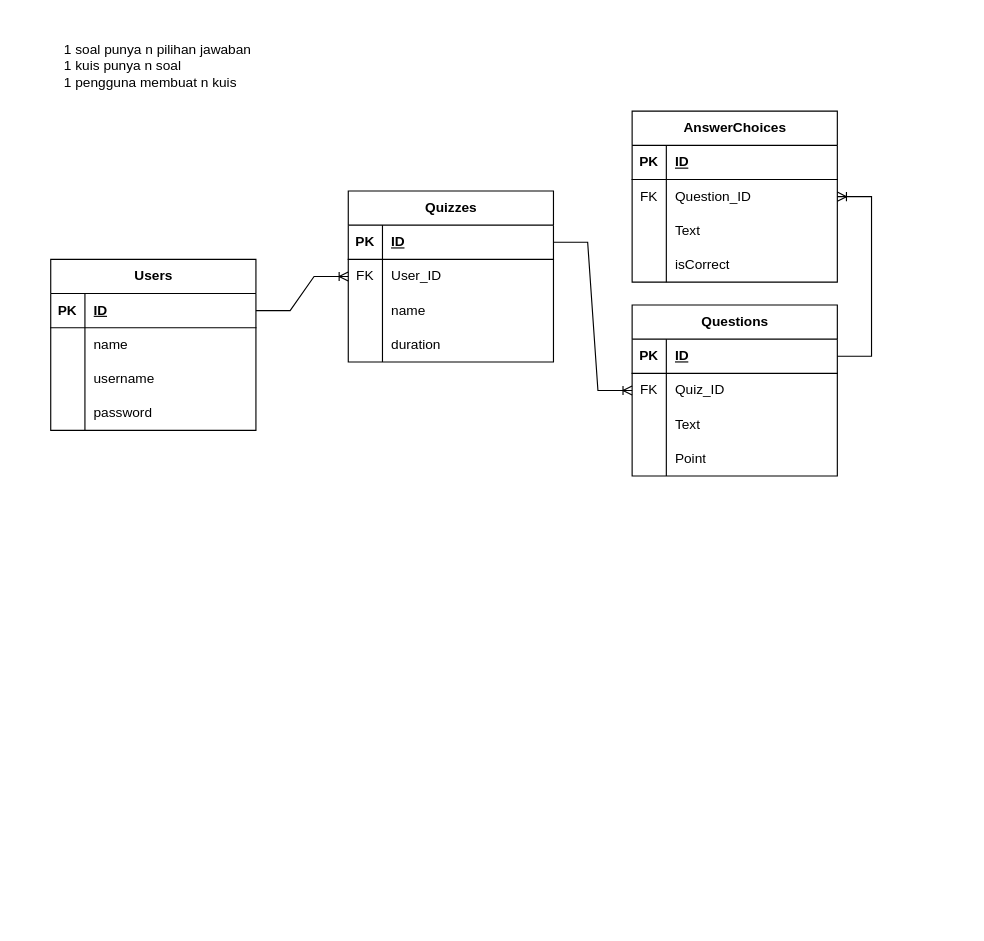
Yuquiz/Yuquiz-BE keeps this draw.io diagram as misc/quizSchema.drawio. Above is the earlier version. Source tidied: cells renumbered, new cells numbered last; positions are measured from the earlier drawing's top-left corner, leaving out a move shared by most shapes. Both pictures are drawn from the tidied source at 114%, with x=0, y=0 at pixel (50, 31).
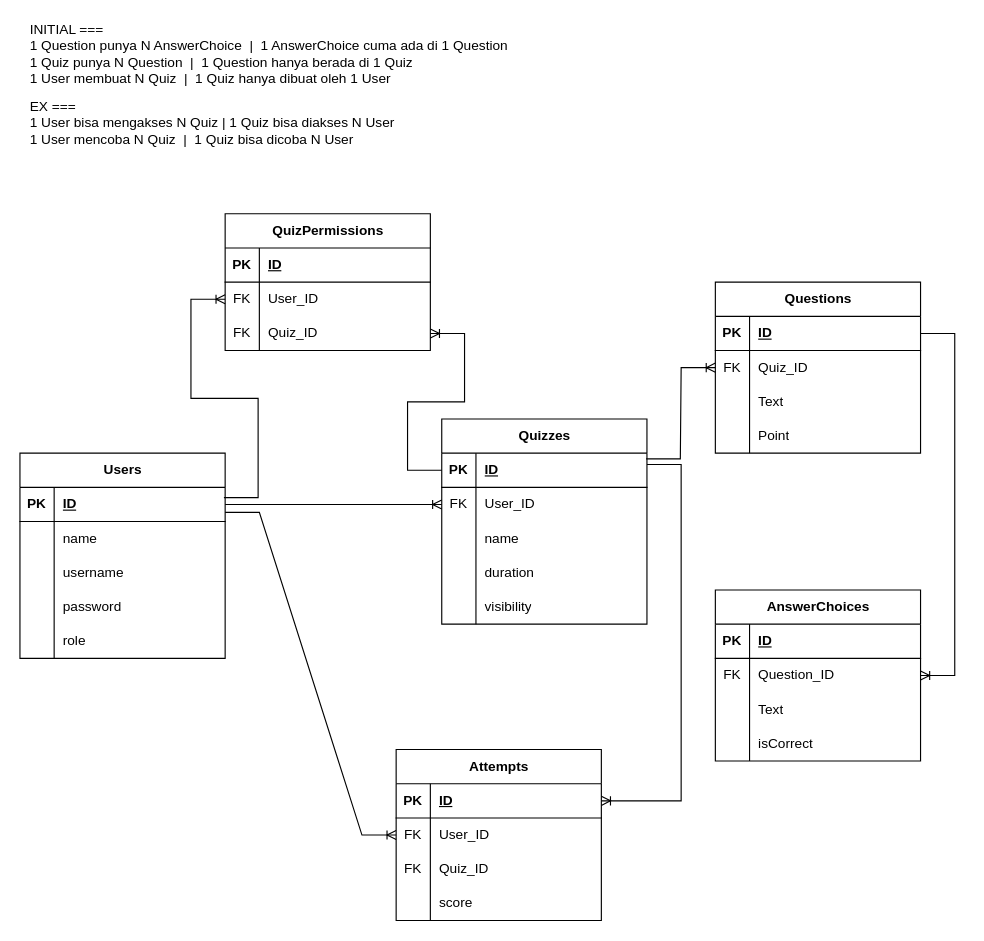
Above is the later version.

The change refers to these unchanged cells:
```xml
<mxCell id="3" style="shape=tableRow;horizontal=0;startSize=0;swimlaneHead=0;swimlaneBody=0;fillColor=none;points=[[0,0.5],[1,0.5]];portConstraint=eastwest;top=0;left=0;right=0;bottom=1;" parent="2" vertex="1">
  <mxGeometry y="30" width="180" height="30" as="geometry" />
</mxCell>
<mxCell id="6" style="shape=tableRow;horizontal=0;startSize=0;swimlaneHead=0;swimlaneBody=0;fillColor=none;points=[[0,0.5],[1,0.5]];portConstraint=eastwest;top=0;left=0;right=0;bottom=0;" parent="2" vertex="1">
  <mxGeometry y="60" width="180" height="30" as="geometry" />
</mxCell>
<mxCell id="19" style="shape=tableRow;horizontal=0;startSize=0;swimlaneHead=0;swimlaneBody=0;fillColor=none;points=[[0,0.5],[1,0.5]];portConstraint=eastwest;top=0;left=0;right=0;bottom=0;" parent="15" vertex="1">
  <mxGeometry y="60" width="180" height="30" as="geometry" />
</mxCell>
<mxCell id="30" style="shape=tableRow;horizontal=0;startSize=0;swimlaneHead=0;swimlaneBody=0;fillColor=none;points=[[0,0.5],[1,0.5]];portConstraint=eastwest;top=0;left=0;right=0;bottom=1;" parent="29" vertex="1">
  <mxGeometry y="30" width="180" height="30" as="geometry" />
</mxCell>
<mxCell id="43" style="shape=tableRow;horizontal=0;startSize=0;swimlaneHead=0;swimlaneBody=0;fillColor=none;points=[[0,0.5],[1,0.5]];portConstraint=eastwest;top=0;left=0;right=0;bottom=1;" parent="42" vertex="1">
  <mxGeometry y="30" width="180" height="30" as="geometry" />
</mxCell>
<mxCell id="46" style="shape=tableRow;horizontal=0;startSize=0;swimlaneHead=0;swimlaneBody=0;fillColor=none;points=[[0,0.5],[1,0.5]];portConstraint=eastwest;top=0;left=0;right=0;bottom=0;" parent="42" vertex="1">
  <mxGeometry y="60" width="180" height="30" as="geometry" />
</mxCell>
```

What changed in the source:
```diff
@@
     <mxCell id="2" value="Questions" style="shape=table;startSize=30;childLayout=tableLayout;rowLines=0;fontStyle=1;align=center;html=1;" parent="1" vertex="1">
-      <mxGeometry x="510" y="240" width="180" height="150" as="geometry" />
+      <mxGeometry x="583" y="220" width="180" height="150" as="geometry" />
     </mxCell>
@@
     <mxCell id="15" value="AnswerChoices" style="shape=table;startSize=30;childLayout=tableLayout;rowLines=0;fontStyle=1;align=center;html=1;" parent="1" vertex="1">
-      <mxGeometry x="510" y="70" width="180" height="150" as="geometry" />
+      <mxGeometry x="583" y="490" width="180" height="150" as="geometry" />
     </mxCell>
@@
-    <mxCell id="28" value="1 soal punya n pilihan jawaban&lt;br&gt;1 kuis punya n soal&lt;br&gt;1 pengguna membuat n kuis" style="text;html=1;strokeColor=none;fillColor=none;align=left;verticalAlign=middle;whiteSpace=wrap;rounded=0;" parent="1" vertex="1">
-      <mxGeometry x="10" width="200" height="60" as="geometry" />
+    <mxCell id="28" value="INITIAL ===&lt;br&gt;1 Question punya N AnswerChoice&amp;nbsp; |&amp;nbsp; 1 AnswerChoice cuma ada di 1 Question&lt;br&gt;1 Quiz punya N Question&amp;nbsp; |&amp;nbsp; 1 Question hanya berada di 1 Quiz&lt;br&gt;1 User membuat N Quiz&amp;nbsp; |&amp;nbsp; 1 Quiz hanya dibuat oleh 1 User" style="text;html=1;strokeColor=none;fillColor=none;align=left;verticalAlign=middle;whiteSpace=wrap;rounded=0;" parent="1" vertex="1">
+      <mxGeometry x="-20" y="-10" width="430" height="60" as="geometry" />
     </mxCell>
     <mxCell id="29" value="Quizzes" style="shape=table;startSize=30;childLayout=tableLayout;rowLines=0;fontStyle=1;align=center;html=1;" parent="1" vertex="1">
-      <mxGeometry x="261" y="140" width="180" height="150" as="geometry" />
+      <mxGeometry x="343" y="340" width="180" height="180" as="geometry" />
     </mxCell>
@@
+    <mxCell id="58" style="shape=tableRow;horizontal=0;startSize=0;swimlaneHead=0;swimlaneBody=0;fillColor=none;top=0;left=0;right=0;bottom=0;" parent="29" vertex="1">
+      <mxGeometry y="150" width="180" height="30" as="geometry" />
+    </mxCell>
+    <mxCell id="59" style="shape=partialRectangle;fillColor=none;top=0;left=0;bottom=0;right=0;overflow=hidden;whiteSpace=wrap;html=1;" parent="58" vertex="1">
+      <mxGeometry width="30" height="30" as="geometry" />
+    </mxCell>
+    <mxCell id="60" value="visibility" style="shape=partialRectangle;fillColor=none;top=0;left=0;bottom=0;right=0;align=left;spacingLeft=6;overflow=hidden;whiteSpace=wrap;html=1;" parent="58" vertex="1">
+      <mxGeometry x="30" width="150" height="30" as="geometry" />
+    </mxCell>
     <mxCell id="42" value="Users" style="shape=table;startSize=30;childLayout=tableLayout;rowLines=0;fontStyle=1;align=center;html=1;" parent="1" vertex="1">
-      <mxGeometry y="200" width="180" height="150" as="geometry" />
+      <mxGeometry x="-27" y="370" width="180" height="180" as="geometry" />
     </mxCell>
@@
+    <mxCell id="61" style="shape=tableRow;horizontal=0;startSize=0;swimlaneHead=0;swimlaneBody=0;fillColor=none;top=0;left=0;right=0;bottom=0;" parent="42" vertex="1">
+      <mxGeometry y="150" width="180" height="30" as="geometry" />
+    </mxCell>
+    <mxCell id="62" style="shape=partialRectangle;fillColor=none;top=0;left=0;bottom=0;right=0;overflow=hidden;whiteSpace=wrap;html=1;" parent="61" vertex="1">
+      <mxGeometry width="30" height="30" as="geometry" />
+    </mxCell>
+    <mxCell id="63" value="role" style="shape=partialRectangle;fillColor=none;top=0;left=0;bottom=0;right=0;align=left;spacingLeft=6;overflow=hidden;whiteSpace=wrap;html=1;" parent="61" vertex="1">
+      <mxGeometry x="30" width="150" height="30" as="geometry" />
+    </mxCell>
@@
     <mxCell id="56" style="edgeStyle=entityRelationEdgeStyle;fontSize=12;html=1;endArrow=ERoneToMany;rounded=0;entryX=1;entryY=0.5;entryDx=0;entryDy=0;exitX=1;exitY=0.5;exitDx=0;exitDy=0;" parent="1" edge="1" source="3" target="19">
       <mxGeometry relative="1" as="geometry">
         <Array as="points">
-          <mxPoint x="700" y="450" />
+          <mxPoint x="763" y="530" />
         </Array>
       </mxGeometry>
     </mxCell>
-    <mxCell id="57" style="edgeStyle=entityRelationEdgeStyle;fontSize=12;html=1;endArrow=ERoneToMany;rounded=0;entryX=0;entryY=0.5;entryDx=0;entryDy=0;exitX=1;exitY=0.5;exitDx=0;exitDy=0;" parent="1" edge="1" source="30" target="6">
-      <mxGeometry relative="1" as="geometry" />
+    <mxCell id="57" style="edgeStyle=entityRelationEdgeStyle;fontSize=12;html=1;endArrow=ERoneToMany;rounded=0;entryX=0;entryY=0.5;entryDx=0;entryDy=0;exitX=0.996;exitY=0.167;exitDx=0;exitDy=0;exitPerimeter=0;" parent="1" edge="1" source="30" target="6">
+      <mxGeometry relative="1" as="geometry">
+        <Array as="points">
+          <mxPoint x="533" y="370" />
+        </Array>
+      </mxGeometry>
     </mxCell>
+    <mxCell id="64" value="EX ===&lt;br&gt;1 User bisa mengakses N Quiz | 1 Quiz bisa diakses N User&lt;br&gt;1 User mencoba N Quiz&amp;nbsp; |&amp;nbsp; 1 Quiz bisa dicoba N User" style="text;html=1;strokeColor=none;fillColor=none;align=left;verticalAlign=middle;whiteSpace=wrap;rounded=0;" parent="1" vertex="1">
+      <mxGeometry x="-20" y="50" width="430" height="60" as="geometry" />
+    </mxCell>
+    <mxCell id="65" value="Attempts" style="shape=table;startSize=30;childLayout=tableLayout;rowLines=0;fontStyle=1;align=center;html=1;" parent="1" vertex="1">
+      <mxGeometry x="303" y="630" width="180" height="150" as="geometry" />
+    </mxCell>
+    <mxCell id="66" style="shape=tableRow;horizontal=0;startSize=0;swimlaneHead=0;swimlaneBody=0;fillColor=none;points=[[0,0.5],[1,0.5]];portConstraint=eastwest;top=0;left=0;right=0;bottom=1;" parent="65" vertex="1">
+      <mxGeometry y="30" width="180" height="30" as="geometry" />
+    </mxCell>
+    <mxCell id="67" value="PK" style="shape=partialRectangle;fillColor=none;top=0;left=0;bottom=0;right=0;fontStyle=1;overflow=hidden;whiteSpace=wrap;html=1;" parent="66" vertex="1">
+      <mxGeometry width="30" height="30" as="geometry" />
+    </mxCell>
+    <mxCell id="68" value="ID" style="shape=partialRectangle;fillColor=none;top=0;left=0;bottom=0;right=0;align=left;spacingLeft=6;fontStyle=5;overflow=hidden;whiteSpace=wrap;html=1;" parent="66" vertex="1">
+      <mxGeometry x="30" width="150" height="30" as="geometry" />
+    </mxCell>
+    <mxCell id="69" style="shape=tableRow;horizontal=0;startSize=0;swimlaneHead=0;swimlaneBody=0;fillColor=none;points=[[0,0.5],[1,0.5]];portConstraint=eastwest;top=0;left=0;right=0;bottom=0;" parent="65" vertex="1">
+      <mxGeometry y="60" width="180" height="30" as="geometry" />
+    </mxCell>
+    <mxCell id="70" value="FK" style="shape=partialRectangle;fillColor=none;top=0;left=0;bottom=0;right=0;overflow=hidden;whiteSpace=wrap;html=1;" parent="69" vertex="1">
+      <mxGeometry width="30" height="30" as="geometry" />
+    </mxCell>
+    <mxCell id="71" value="User_ID" style="shape=partialRectangle;fillColor=none;top=0;left=0;bottom=0;right=0;align=left;spacingLeft=6;overflow=hidden;whiteSpace=wrap;html=1;" parent="69" vertex="1">
+      <mxGeometry x="30" width="150" height="30" as="geometry" />
+    </mxCell>
+    <mxCell id="72" style="shape=tableRow;horizontal=0;startSize=0;swimlaneHead=0;swimlaneBody=0;fillColor=none;top=0;left=0;right=0;bottom=0;" parent="65" vertex="1">
+      <mxGeometry y="90" width="180" height="30" as="geometry" />
+    </mxCell>
+    <mxCell id="73" value="FK" style="shape=partialRectangle;fillColor=none;top=0;left=0;bottom=0;right=0;overflow=hidden;whiteSpace=wrap;html=1;" parent="72" vertex="1">
+      <mxGeometry width="30" height="30" as="geometry" />
+    </mxCell>
+    <mxCell id="74" value="Quiz_ID" style="shape=partialRectangle;fillColor=none;top=0;left=0;bottom=0;right=0;align=left;spacingLeft=6;overflow=hidden;whiteSpace=wrap;html=1;" parent="72" vertex="1">
+      <mxGeometry x="30" width="150" height="30" as="geometry" />
+    </mxCell>
+    <mxCell id="75" style="shape=tableRow;horizontal=0;startSize=0;swimlaneHead=0;swimlaneBody=0;fillColor=none;top=0;left=0;right=0;bottom=0;" parent="65" vertex="1">
+      <mxGeometry y="120" width="180" height="30" as="geometry" />
+    </mxCell>
+    <mxCell id="76" style="shape=partialRectangle;fillColor=none;top=0;left=0;bottom=0;right=0;overflow=hidden;whiteSpace=wrap;html=1;" parent="75" vertex="1">
+      <mxGeometry width="30" height="30" as="geometry" />
+    </mxCell>
+    <mxCell id="77" value="score" style="shape=partialRectangle;fillColor=none;top=0;left=0;bottom=0;right=0;align=left;spacingLeft=6;overflow=hidden;whiteSpace=wrap;html=1;" parent="75" vertex="1">
+      <mxGeometry x="30" width="150" height="30" as="geometry" />
+    </mxCell>
+    <mxCell id="78" value="QuizPermissions" style="shape=table;startSize=30;childLayout=tableLayout;rowLines=0;fontStyle=1;align=center;html=1;" parent="1" vertex="1">
+      <mxGeometry x="153" y="160" width="180" height="120" as="geometry" />
+    </mxCell>
+    <mxCell id="79" style="shape=tableRow;horizontal=0;startSize=0;swimlaneHead=0;swimlaneBody=0;fillColor=none;top=0;left=0;right=0;bottom=1;" parent="78" vertex="1">
+      <mxGeometry y="30" width="180" height="30" as="geometry" />
+    </mxCell>
+    <mxCell id="80" value="PK" style="shape=partialRectangle;fillColor=none;top=0;left=0;bottom=0;right=0;fontStyle=1;overflow=hidden;whiteSpace=wrap;html=1;" parent="79" vertex="1">
+      <mxGeometry width="30" height="30" as="geometry" />
+    </mxCell>
+    <mxCell id="81" value="ID" style="shape=partialRectangle;fillColor=none;top=0;left=0;bottom=0;right=0;align=left;spacingLeft=6;fontStyle=5;overflow=hidden;whiteSpace=wrap;html=1;" parent="79" vertex="1">
+      <mxGeometry x="30" width="150" height="30" as="geometry" />
+    </mxCell>
+    <mxCell id="82" style="shape=tableRow;horizontal=0;startSize=0;swimlaneHead=0;swimlaneBody=0;fillColor=none;points=[[0,0.5],[1,0.5]];portConstraint=eastwest;top=0;left=0;right=0;bottom=0;" parent="78" vertex="1">
+      <mxGeometry y="60" width="180" height="30" as="geometry" />
+    </mxCell>
+    <mxCell id="83" value="FK" style="shape=partialRectangle;fillColor=none;top=0;left=0;bottom=0;right=0;overflow=hidden;whiteSpace=wrap;html=1;" parent="82" vertex="1">
+      <mxGeometry width="30" height="30" as="geometry" />
+    </mxCell>
+    <mxCell id="84" value="User_ID" style="shape=partialRectangle;fillColor=none;top=0;left=0;bottom=0;right=0;align=left;spacingLeft=6;overflow=hidden;whiteSpace=wrap;html=1;" parent="82" vertex="1">
+      <mxGeometry x="30" width="150" height="30" as="geometry" />
+    </mxCell>
+    <mxCell id="85" style="shape=tableRow;horizontal=0;startSize=0;swimlaneHead=0;swimlaneBody=0;fillColor=none;points=[[0,0.5],[1,0.5]];portConstraint=eastwest;top=0;left=0;right=0;bottom=0;" parent="78" vertex="1">
+      <mxGeometry y="90" width="180" height="30" as="geometry" />
+    </mxCell>
+    <mxCell id="86" value="FK" style="shape=partialRectangle;fillColor=none;top=0;left=0;bottom=0;right=0;overflow=hidden;whiteSpace=wrap;html=1;" parent="85" vertex="1">
+      <mxGeometry width="30" height="30" as="geometry" />
+    </mxCell>
+    <mxCell id="87" value="Quiz_ID" style="shape=partialRectangle;fillColor=none;top=0;left=0;bottom=0;right=0;align=left;spacingLeft=6;overflow=hidden;whiteSpace=wrap;html=1;" parent="85" vertex="1">
+      <mxGeometry x="30" width="150" height="30" as="geometry" />
+    </mxCell>
+    <mxCell id="88" style="edgeStyle=entityRelationEdgeStyle;fontSize=12;html=1;endArrow=ERoneToMany;rounded=0;entryX=0;entryY=0.5;entryDx=0;entryDy=0;exitX=0.994;exitY=0.3;exitDx=0;exitDy=0;exitPerimeter=0;" parent="1" edge="1" source="43" target="82">
+      <mxGeometry relative="1" as="geometry">
+        <Array as="points">
+          <mxPoint x="93" y="290" />
+        </Array>
+      </mxGeometry>
+    </mxCell>
+    <mxCell id="89" style="edgeStyle=entityRelationEdgeStyle;fontSize=12;html=1;endArrow=ERoneToMany;rounded=0;exitX=0;exitY=0.5;exitDx=0;exitDy=0;entryX=1;entryY=0.5;entryDx=0;entryDy=0;" parent="1" edge="1" source="30" target="85">
+      <mxGeometry relative="1" as="geometry">
+        <Array as="points">
+          <mxPoint x="433" y="280" />
+          <mxPoint x="423" y="270" />
+          <mxPoint x="103" y="300" />
+        </Array>
+      </mxGeometry>
+    </mxCell>
+    <mxCell id="90" style="edgeStyle=entityRelationEdgeStyle;fontSize=12;html=1;endArrow=ERoneToMany;rounded=0;exitX=1;exitY=-0.267;exitDx=0;exitDy=0;entryX=0;entryY=0.5;entryDx=0;entryDy=0;exitPerimeter=0;" parent="1" edge="1" source="46" target="69">
+      <mxGeometry relative="1" as="geometry">
+        <Array as="points">
+          <mxPoint x="153" y="570" />
+          <mxPoint x="213" y="570" />
+        </Array>
+      </mxGeometry>
+    </mxCell>
+    <mxCell id="91" style="edgeStyle=entityRelationEdgeStyle;fontSize=12;html=1;endArrow=ERoneToMany;rounded=0;entryX=1;entryY=0.5;entryDx=0;entryDy=0;" parent="1" edge="1" target="66">
+      <mxGeometry relative="1" as="geometry">
+        <mxPoint x="523" y="380" as="sourcePoint" />
+        <Array as="points">
+          <mxPoint x="443" y="290" />
+          <mxPoint x="433" y="280" />
+          <mxPoint x="113" y="310" />
+          <mxPoint x="533" y="600" />
+        </Array>
+      </mxGeometry>
+    </mxCell>
```
